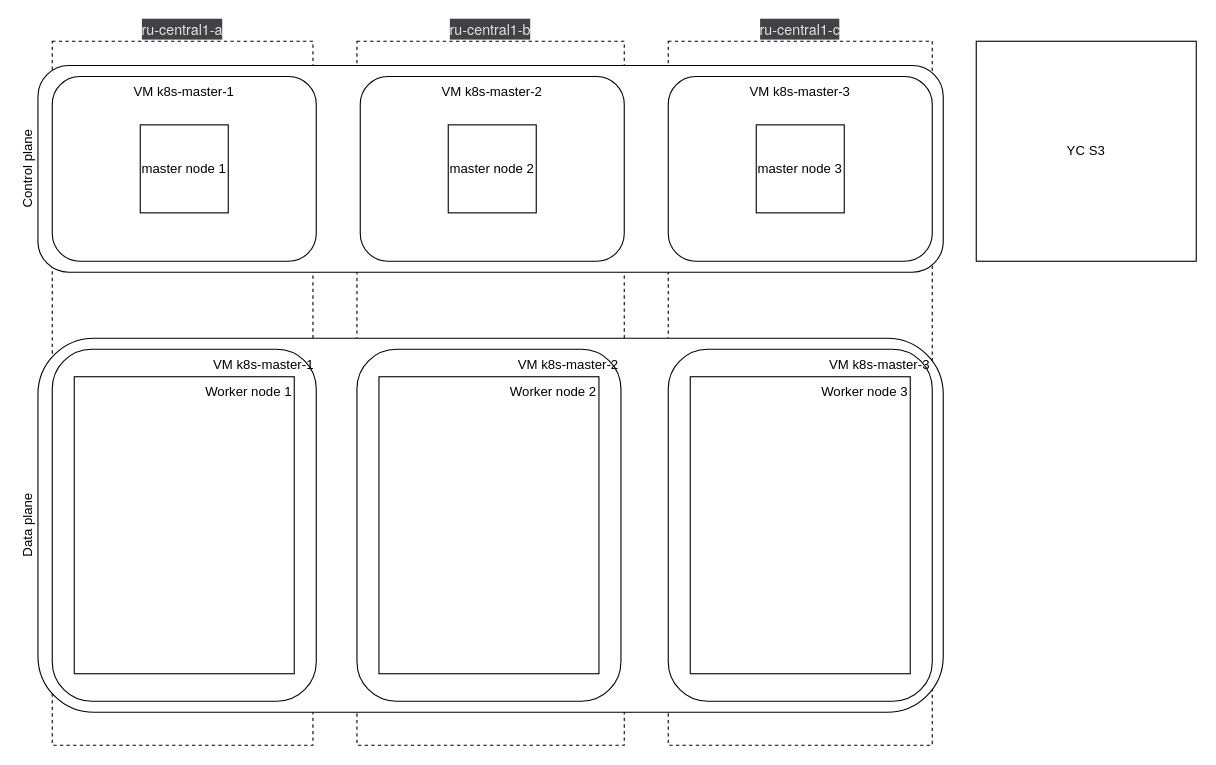
Above: diploma/Схема.drawio in Crankoman/devops (draw.io), before the change. Source tidied: cells renumbered, new cells numbered last; positions are measured from the earlier drawing's top-left corner, leaving out a move shared by most shapes. Both pictures are drawn from the tidied source at 110%, with x=0, y=0 at pixel (37, 41).
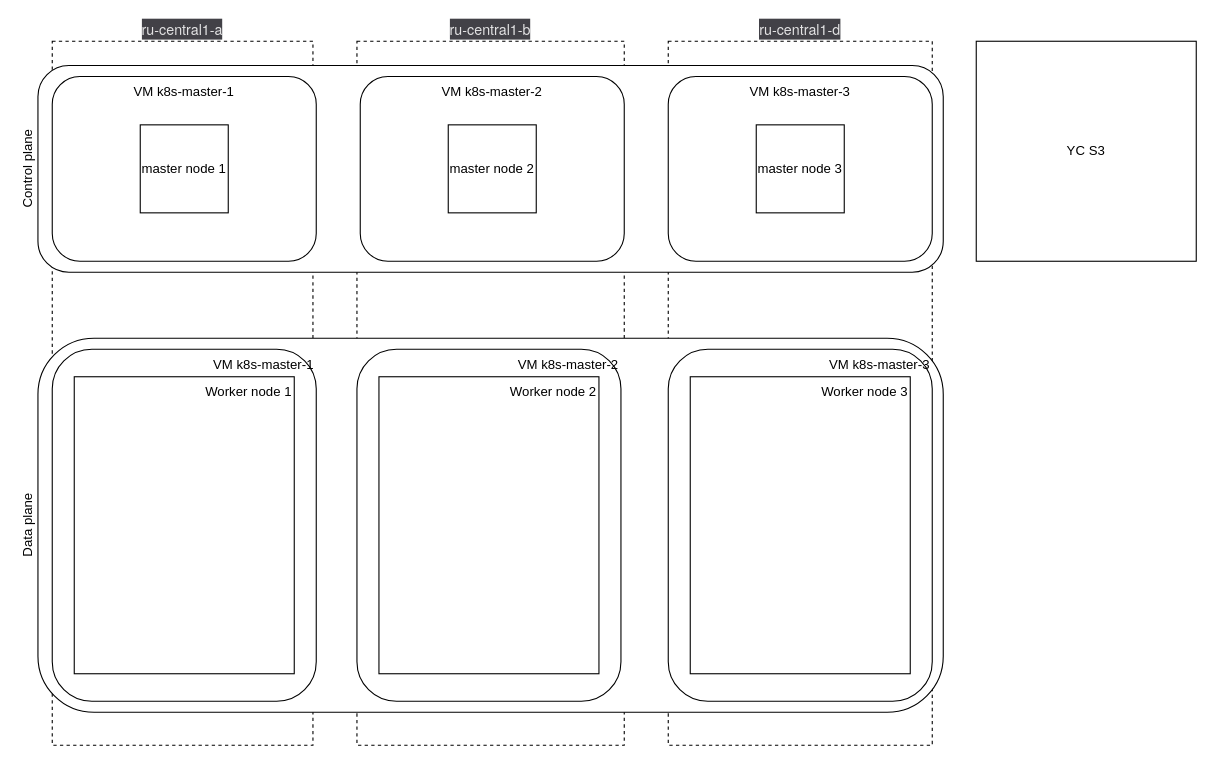
Above is the later version.

Change to the diagram source:
```diff
@@
 <mxGraphModel>
   <root>
     <mxCell id="0" />
     <mxCell id="1" parent="0" />
     <mxCell id="2" value="&lt;span style=&quot;color: rgba(255, 255, 255, 0.85); font-family: &amp;quot;YS Text&amp;quot;, &amp;quot;Helvetica Neue&amp;quot;, Arial, Helvetica, sans-serif; font-size: 13px; font-style: normal; font-variant-ligatures: normal; font-variant-caps: normal; font-weight: 400; letter-spacing: normal; orphans: 2; text-indent: 0px; text-transform: none; widows: 2; word-spacing: 0px; -webkit-text-stroke-width: 0px; background-color: rgb(66, 65, 71); text-decoration-thickness: initial; text-decoration-style: initial; text-decoration-color: initial; float: none; display: inline !important;&quot;&gt;ru-central1-b&lt;/span&gt;" style="rounded=0;whiteSpace=wrap;html=1;dashed=1;align=center;labelPosition=center;verticalLabelPosition=top;verticalAlign=bottom;" parent="1" vertex="1">
       <mxGeometry x="290" width="243" height="640" as="geometry" />
     </mxCell>
-    <mxCell id="3" value="&lt;span style=&quot;color: rgba(255, 255, 255, 0.85); font-family: &amp;quot;YS Text&amp;quot;, &amp;quot;Helvetica Neue&amp;quot;, Arial, Helvetica, sans-serif; font-size: 13px; font-style: normal; font-variant-ligatures: normal; font-variant-caps: normal; font-weight: 400; letter-spacing: normal; orphans: 2; text-indent: 0px; text-transform: none; widows: 2; word-spacing: 0px; -webkit-text-stroke-width: 0px; background-color: rgb(66, 65, 71); text-decoration-thickness: initial; text-decoration-style: initial; text-decoration-color: initial; float: none; display: inline !important;&quot;&gt;ru-central1-c&lt;/span&gt;" style="rounded=0;whiteSpace=wrap;html=1;align=center;dashed=1;labelPosition=center;verticalLabelPosition=top;verticalAlign=bottom;" parent="1" vertex="1">
+    <mxCell id="3" value="&lt;span style=&quot;color: rgba(255, 255, 255, 0.85); font-family: &amp;quot;YS Text&amp;quot;, &amp;quot;Helvetica Neue&amp;quot;, Arial, Helvetica, sans-serif; font-size: 13px; font-style: normal; font-variant-ligatures: normal; font-variant-caps: normal; font-weight: 400; letter-spacing: normal; orphans: 2; text-indent: 0px; text-transform: none; widows: 2; word-spacing: 0px; -webkit-text-stroke-width: 0px; background-color: rgb(66, 65, 71); text-decoration-thickness: initial; text-decoration-style: initial; text-decoration-color: initial; float: none; display: inline !important;&quot;&gt;ru-central1-d&lt;/span&gt;" style="rounded=0;whiteSpace=wrap;html=1;align=center;dashed=1;labelPosition=center;verticalLabelPosition=top;verticalAlign=bottom;" parent="1" vertex="1">
       <mxGeometry x="573" width="240" height="640" as="geometry" />
     </mxCell>
     <mxCell id="4" value="&lt;span style=&quot;color: rgba(255, 255, 255, 0.85); font-family: &amp;quot;YS Text&amp;quot;, &amp;quot;Helvetica Neue&amp;quot;, Arial, Helvetica, sans-serif; font-size: 13px; font-style: normal; font-variant-ligatures: normal; font-variant-caps: normal; font-weight: 400; letter-spacing: normal; orphans: 2; text-indent: 0px; text-transform: none; widows: 2; word-spacing: 0px; -webkit-text-stroke-width: 0px; background-color: rgb(66, 65, 71); text-decoration-thickness: initial; text-decoration-style: initial; text-decoration-color: initial; float: none; display: inline !important;&quot;&gt;ru-central1-a&lt;/span&gt;" style="rounded=0;whiteSpace=wrap;html=1;dashed=1;align=center;horizontal=1;verticalAlign=bottom;labelPosition=center;verticalLabelPosition=top;" parent="1" vertex="1">
       <mxGeometry x="13" width="237" height="640" as="geometry" />
     </mxCell>
     <mxCell id="5" value="Control plane" style="rounded=1;whiteSpace=wrap;html=1;horizontal=0;align=center;verticalAlign=bottom;labelPosition=left;verticalLabelPosition=middle;labelBackgroundColor=default;glass=0;" parent="1" vertex="1">
       <mxGeometry y="22" width="823" height="188" as="geometry" />
     </mxCell>
     <mxCell id="6" value="Data plane" style="rounded=1;whiteSpace=wrap;html=1;horizontal=0;align=center;verticalAlign=bottom;labelPosition=left;verticalLabelPosition=middle;labelBackgroundColor=default;" parent="1" vertex="1">
       <mxGeometry y="270" width="823" height="340" as="geometry" />
     </mxCell>
     <mxCell id="7" value="VM k8s-master-1" style="rounded=1;whiteSpace=wrap;html=1;verticalAlign=top;align=center;" parent="1" vertex="1">
       <mxGeometry x="13" y="32" width="240" height="168" as="geometry" />
     </mxCell>
     <mxCell id="8" value="master node 1" style="whiteSpace=wrap;html=1;" parent="1" vertex="1">
       <mxGeometry x="93" y="76" width="80" height="80" as="geometry" />
     </mxCell>
     <mxCell id="9" value="VM k8s-master-2" style="rounded=1;whiteSpace=wrap;html=1;verticalAlign=top;align=center;" parent="1" vertex="1">
       <mxGeometry x="293" y="32" width="240" height="168" as="geometry" />
     </mxCell>
     <mxCell id="10" value="VM k8s-master-3" style="rounded=1;whiteSpace=wrap;html=1;verticalAlign=top;align=center;" parent="1" vertex="1">
       <mxGeometry x="573" y="32" width="240" height="168" as="geometry" />
     </mxCell>
     <mxCell id="11" value="master node 3" style="whiteSpace=wrap;html=1;" parent="1" vertex="1">
       <mxGeometry x="653" y="76" width="80" height="80" as="geometry" />
     </mxCell>
     <mxCell id="12" value="master node 2" style="whiteSpace=wrap;html=1;" parent="1" vertex="1">
       <mxGeometry x="373" y="76" width="80" height="80" as="geometry" />
     </mxCell>
     <mxCell id="13" value="VM k8s-master-1" style="rounded=1;whiteSpace=wrap;html=1;verticalAlign=top;align=right;" parent="1" vertex="1">
       <mxGeometry x="13" y="280" width="240" height="320" as="geometry" />
     </mxCell>
     <mxCell id="14" value="Worker node 1" style="rounded=0;whiteSpace=wrap;html=1;align=right;verticalAlign=top;" parent="1" vertex="1">
       <mxGeometry x="33" y="305" width="200" height="270" as="geometry" />
     </mxCell>
     <mxCell id="15" value="VM k8s-master-2" style="rounded=1;whiteSpace=wrap;html=1;verticalAlign=top;align=right;" parent="1" vertex="1">
       <mxGeometry x="290" y="280" width="240" height="320" as="geometry" />
     </mxCell>
     <mxCell id="16" value="Worker node 2" style="rounded=0;whiteSpace=wrap;html=1;align=right;verticalAlign=top;" parent="1" vertex="1">
       <mxGeometry x="310" y="305" width="200" height="270" as="geometry" />
     </mxCell>
     <mxCell id="17" value="VM k8s-master-3" style="rounded=1;whiteSpace=wrap;html=1;verticalAlign=top;align=right;" parent="1" vertex="1">
       <mxGeometry x="573" y="280" width="240" height="320" as="geometry" />
     </mxCell>
     <mxCell id="18" value="Worker node 3" style="rounded=0;whiteSpace=wrap;html=1;align=right;verticalAlign=top;" parent="1" vertex="1">
       <mxGeometry x="593" y="305" width="200" height="270" as="geometry" />
     </mxCell>
     <mxCell id="19" value="YC S3" style="whiteSpace=wrap;html=1;" parent="1" vertex="1">
       <mxGeometry x="853" width="200" height="200" as="geometry" />
     </mxCell>
   </root>
 </mxGraphModel>
```
